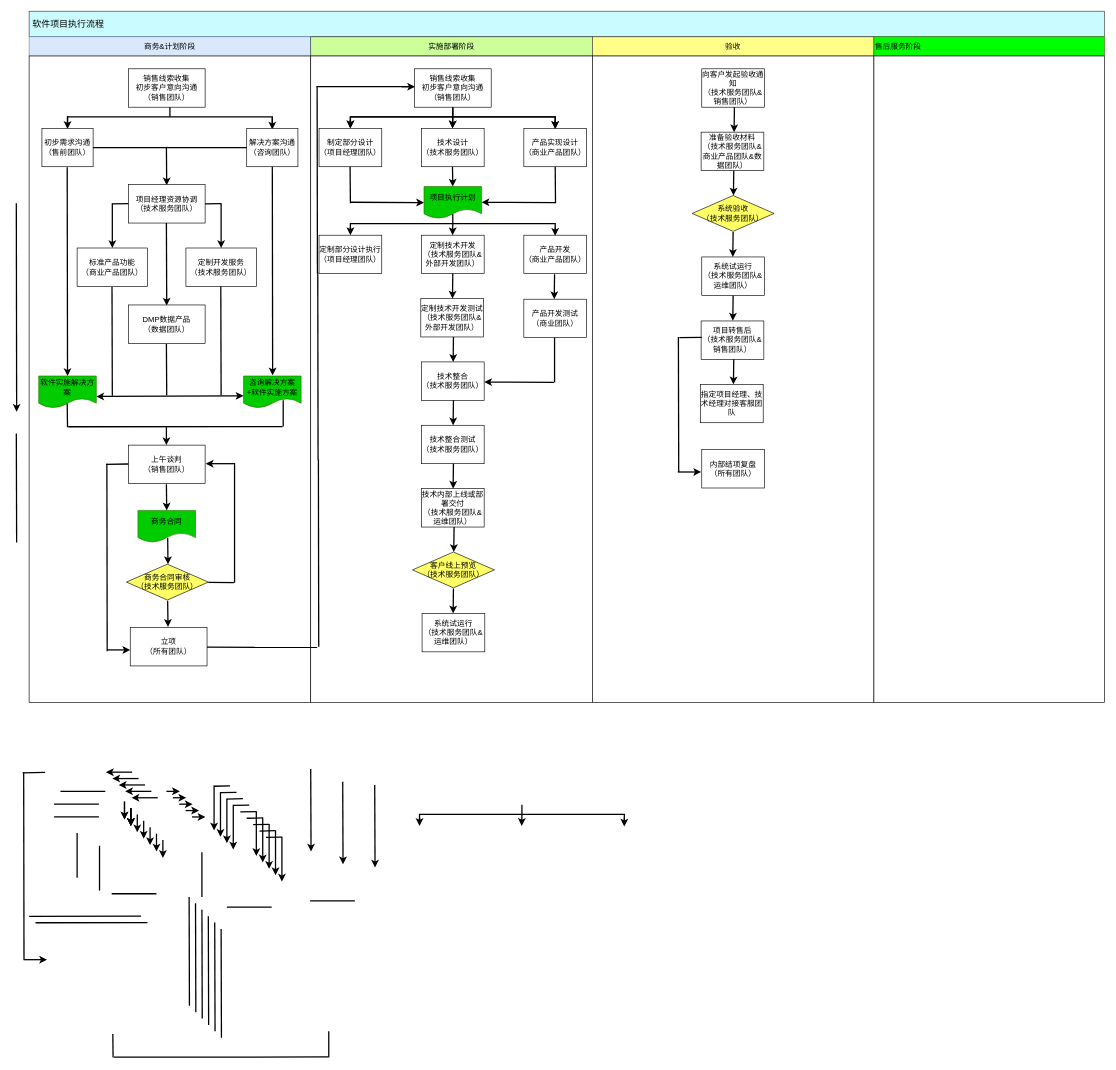
Earlier version of the draw.io diagram 未命名绘图.drawio (pingxinerlun/Demo). Source tidied: cells renumbered, new cells numbered last; positions are measured from the earlier drawing's top-left corner, leaving out a move shared by most shapes. Both pictures are drawn from the tidied source at 64%, with x=0, y=0 at pixel (16, 11).
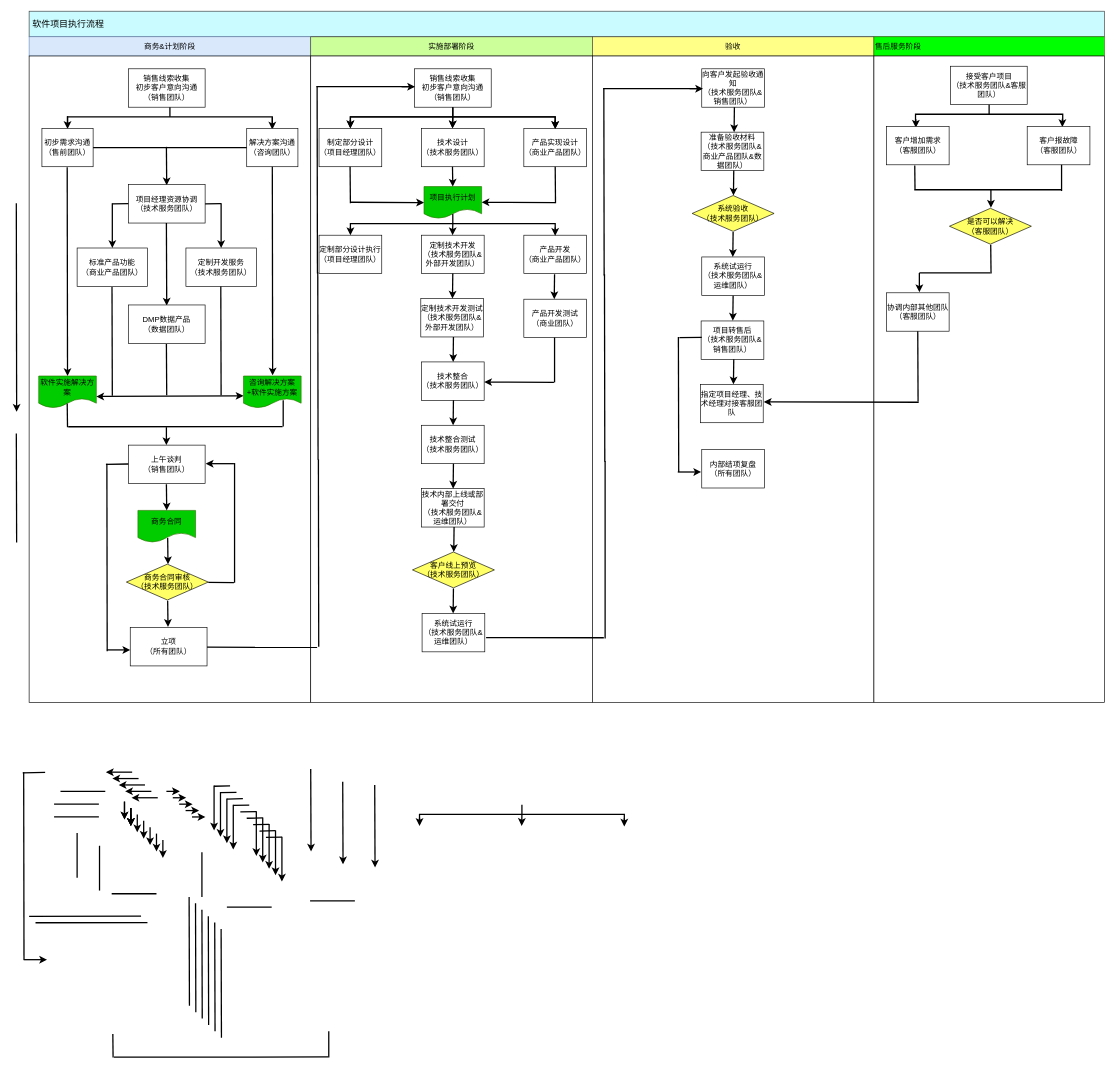
The same diagram, later.

What changed in the source:
```diff
@@
+    <mxCell id="186" style="endArrow=none;html=1;strokeWidth=2;exitX=0.023;exitY=0.671;exitDx=0;exitDy=0;exitPerimeter=0;" parent="1" edge="1">
+      <mxGeometry relative="1" as="geometry">
+        <mxPoint x="734" y="978.8" as="sourcePoint" />
+        <mxPoint x="918" y="979" as="targetPoint" />
+      </mxGeometry>
+    </mxCell>
+    <mxCell id="187" style="endArrow=none;html=1;strokeWidth=2;" parent="1" edge="1">
+      <mxGeometry relative="1" as="geometry">
+        <mxPoint x="920" y="980" as="sourcePoint" />
+        <mxPoint x="920" y="703" as="targetPoint" />
+      </mxGeometry>
+    </mxCell>
+    <mxCell id="188" style="endArrow=none;html=1;strokeWidth=2;" parent="1" edge="1">
+      <mxGeometry relative="1" as="geometry">
+        <mxPoint x="919.5" y="704" as="sourcePoint" />
+        <mxPoint x="919" y="411" as="targetPoint" />
+      </mxGeometry>
+    </mxCell>
+    <mxCell id="189" style="endArrow=none;html=1;strokeWidth=2;" parent="1" edge="1">
+      <mxGeometry relative="1" as="geometry">
+        <mxPoint x="918.5" y="413" as="sourcePoint" />
+        <mxPoint x="918" y="120" as="targetPoint" />
+      </mxGeometry>
+    </mxCell>
+    <mxCell id="190" style="endArrow=none;html=1;strokeWidth=2;" parent="1" edge="1">
+      <mxGeometry relative="1" as="geometry">
+        <mxPoint x="917" y="121" as="sourcePoint" />
+        <mxPoint x="1069" y="121" as="targetPoint" />
+      </mxGeometry>
+    </mxCell>
+    <mxCell id="191" style="endArrow=classic;html=1;endSize=6;strokeWidth=2;" parent="1" edge="1">
+      <mxGeometry relative="1" as="geometry">
+        <mxPoint x="1052" y="121" as="sourcePoint" />
+        <mxPoint x="1073" y="121" as="targetPoint" />
+      </mxGeometry>
+    </mxCell>
+    <mxCell id="192" value="接受客户项目&lt;br&gt;（技术服务团队&amp;amp;客服团队）" style="rounded=0;whiteSpace=wrap;html=1;fillColor=#FFFFFF;align=center;" parent="1" vertex="1">
+      <mxGeometry x="1459.5" y="86" width="120" height="60" as="geometry" />
+    </mxCell>
+    <mxCell id="193" style="strokeWidth=2;html=1;shape=mxgraph.flowchart.annotation_2;align=left;labelPosition=right;fillColor=#FFFFFF;direction=south;" parent="1" vertex="1">
+      <mxGeometry x="1405" y="146" width="230" height="30" as="geometry" />
+    </mxCell>
+    <mxCell id="194" style="endArrow=classic;html=1;endSize=6;strokeWidth=2;" parent="1" edge="1">
+      <mxGeometry relative="1" as="geometry">
+        <mxPoint x="1405.5" y="169" as="sourcePoint" />
+        <mxPoint x="1405.5" y="182" as="targetPoint" />
+      </mxGeometry>
+    </mxCell>
+    <mxCell id="195" style="endArrow=classic;html=1;endSize=6;strokeWidth=2;" parent="1" edge="1">
+      <mxGeometry relative="1" as="geometry">
+        <mxPoint x="1634.5" y="168" as="sourcePoint" />
+        <mxPoint x="1634.5" y="181" as="targetPoint" />
+      </mxGeometry>
+    </mxCell>
+    <mxCell id="196" value="客户增加需求&lt;br&gt;（客服团队）" style="rounded=0;whiteSpace=wrap;html=1;fillColor=#FFFFFF;align=center;" parent="1" vertex="1">
+      <mxGeometry x="1359.5" y="180" width="98" height="60" as="geometry" />
+    </mxCell>
+    <mxCell id="197" value="客户报故障&lt;br&gt;（客服团队）" style="rounded=0;whiteSpace=wrap;html=1;fillColor=#FFFFFF;align=center;" parent="1" vertex="1">
+      <mxGeometry x="1579.5" y="180" width="98" height="60" as="geometry" />
+    </mxCell>
+    <mxCell id="198" style="endArrow=none;html=1;strokeWidth=2;" parent="1" edge="1">
+      <mxGeometry relative="1" as="geometry">
+        <mxPoint x="1403" y="279" as="sourcePoint" />
+        <mxPoint x="1633" y="279" as="targetPoint" />
+      </mxGeometry>
+    </mxCell>
+    <mxCell id="199" style="endArrow=none;html=1;strokeWidth=2;" parent="1" edge="1">
+      <mxGeometry relative="1" as="geometry">
+        <mxPoint x="1404.2" y="278" as="sourcePoint" />
+        <mxPoint x="1403.8" y="241" as="targetPoint" />
+      </mxGeometry>
+    </mxCell>
+    <mxCell id="200" style="endArrow=none;html=1;strokeWidth=2;" parent="1" edge="1">
+      <mxGeometry relative="1" as="geometry">
+        <mxPoint x="1633.2" y="281" as="sourcePoint" />
+        <mxPoint x="1633.2" y="240" as="targetPoint" />
+      </mxGeometry>
+    </mxCell>
+    <mxCell id="201" style="endArrow=classic;html=1;endSize=6;strokeWidth=2;" parent="1" edge="1">
+      <mxGeometry relative="1" as="geometry">
+        <mxPoint x="1522.8" y="279" as="sourcePoint" />
+        <mxPoint x="1522.8" y="307" as="targetPoint" />
+      </mxGeometry>
+    </mxCell>
+    <mxCell id="202" value="是否可以解决&lt;br&gt;（客服团队）" style="rhombus;whiteSpace=wrap;html=1;align=center;fillColor=#FFFF66;" parent="1" vertex="1">
+      <mxGeometry x="1458" y="308" width="128" height="56" as="geometry" />
+    </mxCell>
+    <mxCell id="203" style="endArrow=classic;html=1;endSize=6;strokeWidth=2;" parent="1" edge="1">
+      <mxGeometry relative="1" as="geometry">
+        <mxPoint x="1411" y="409" as="sourcePoint" />
+        <mxPoint x="1411" y="439" as="targetPoint" />
+      </mxGeometry>
+    </mxCell>
+    <mxCell id="204" style="endArrow=none;html=1;strokeWidth=2;" parent="1" edge="1">
+      <mxGeometry relative="1" as="geometry">
+        <mxPoint x="1411" y="409" as="sourcePoint" />
+        <mxPoint x="1522" y="409" as="targetPoint" />
+      </mxGeometry>
+    </mxCell>
+    <mxCell id="205" style="endArrow=none;html=1;strokeWidth=2;" parent="1" edge="1">
+      <mxGeometry relative="1" as="geometry">
+        <mxPoint x="1523" y="410" as="sourcePoint" />
+        <mxPoint x="1522.5" y="365" as="targetPoint" />
+      </mxGeometry>
+    </mxCell>
+    <mxCell id="206" value="协调内部其他团队&lt;br&gt;（客服团队）" style="rounded=0;whiteSpace=wrap;html=1;fillColor=#FFFFFF;align=center;" parent="1" vertex="1">
+      <mxGeometry x="1359.5" y="440" width="98" height="60" as="geometry" />
+    </mxCell>
+    <mxCell id="207" style="endArrow=none;html=1;strokeWidth=2;exitX=0.5;exitY=1;exitDx=0;exitDy=0;" parent="1" edge="1" source="206">
+      <mxGeometry relative="1" as="geometry">
+        <mxPoint x="1409" y="610" as="targetPoint" />
+      </mxGeometry>
+    </mxCell>
+    <mxCell id="208" style="endArrow=classic;html=1;endSize=6;strokeWidth=2;entryX=0;entryY=0.5;entryDx=0;entryDy=0;" parent="1" edge="1">
+      <mxGeometry relative="1" as="geometry">
+        <mxPoint x="1410" y="611" as="sourcePoint" />
+        <mxPoint x="1168" y="610.5" as="targetPoint" />
+      </mxGeometry>
+    </mxCell>
```
